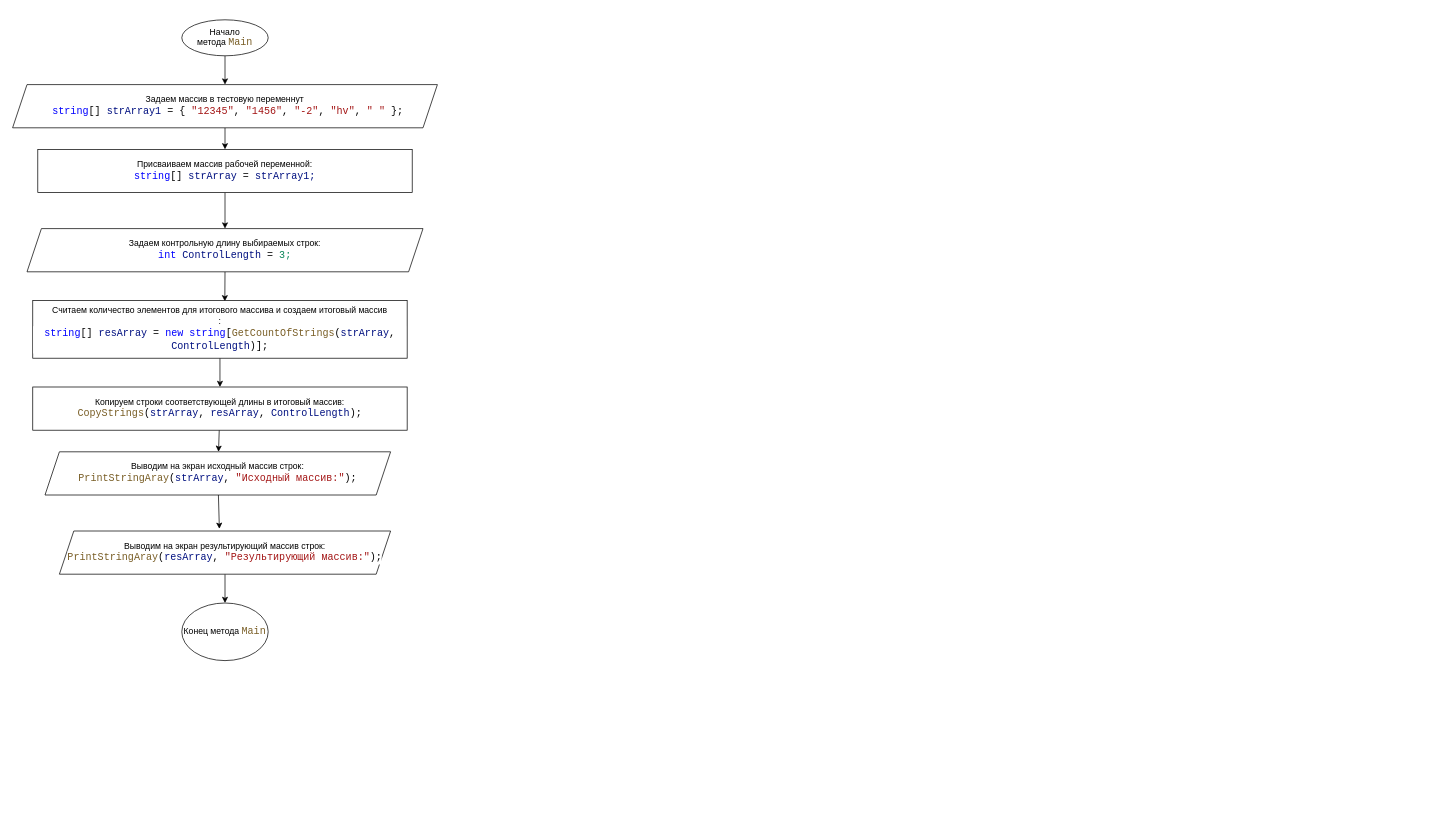
Above: Part1-Exam.drawio in ekaterina-poslavskaya/Part1-Exam (draw.io), before the change. Source tidied: cells renumbered, new cells numbered last; positions are measured from the earlier drawing's top-left corner, leaving out a move shared by most shapes. Both pictures are drawn from the tidied source at 72%, with x=0, y=0 at pixel (12, 19).
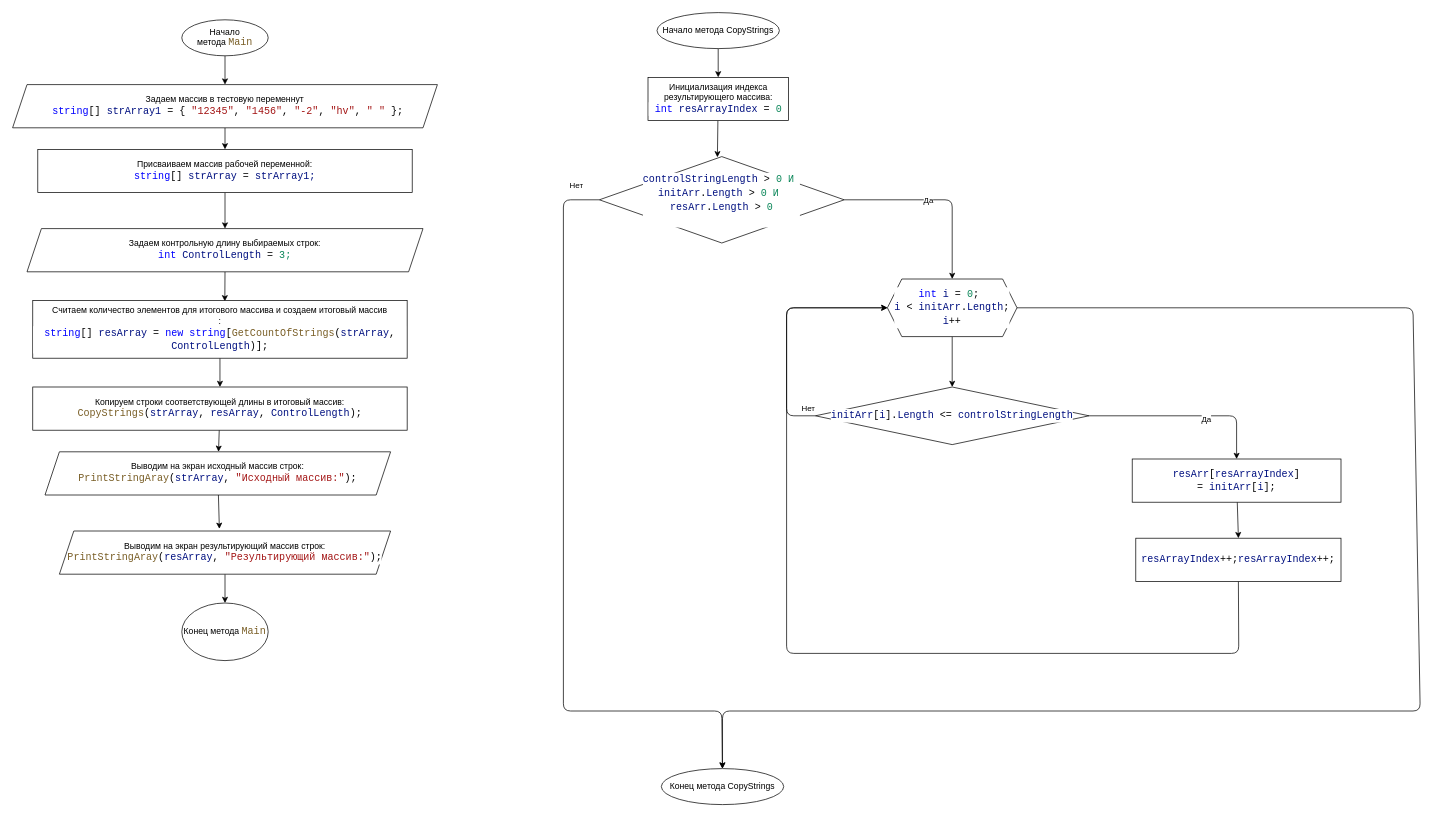
The same page after the edit.

Commit message:
Блок-схема. Добавлен метод Copy-Strings

Diff of the diagram source:
```diff
@@
+    <mxCell id="19" style="edgeStyle=none;html=1;" parent="1" edge="1" source="20" target="22">
+      <mxGeometry relative="1" as="geometry" />
+    </mxCell>
+    <mxCell id="20" value="Начало метода CopyStrings" style="ellipse;whiteSpace=wrap;html=1;" parent="1" vertex="1">
+      <mxGeometry x="895" y="-10" width="170" height="50" as="geometry" />
+    </mxCell>
+    <mxCell id="21" style="edgeStyle=none;html=1;entryX=0.482;entryY=0.008;entryDx=0;entryDy=0;entryPerimeter=0;" parent="1" edge="1" source="22" target="26">
+      <mxGeometry relative="1" as="geometry" />
+    </mxCell>
+    <mxCell id="22" value="Инициализация индекса результирующего массива:&lt;br&gt;&lt;div style=&quot;background-color: rgb(255 , 255 , 255) ; font-family: &amp;#34;consolas&amp;#34; , &amp;#34;courier new&amp;#34; , monospace ; font-size: 14px ; line-height: 19px&quot;&gt;&lt;font color=&quot;#0000ff&quot;&gt;int&amp;nbsp;&lt;/font&gt;&lt;span style=&quot;color: #001080&quot;&gt;resArrayIndex&lt;/span&gt; = &lt;span style=&quot;color: #098658&quot;&gt;0&lt;/span&gt;&lt;/div&gt;" style="rounded=0;whiteSpace=wrap;html=1;" parent="1" vertex="1">
+      <mxGeometry x="882.5" y="80" width="195" height="60" as="geometry" />
+    </mxCell>
+    <mxCell id="23" style="edgeStyle=none;html=1;entryX=0.5;entryY=0;entryDx=0;entryDy=0;exitX=1;exitY=0.5;exitDx=0;exitDy=0;" parent="1" edge="1" source="26" target="29">
+      <mxGeometry relative="1" as="geometry">
+        <Array as="points">
+          <mxPoint x="1305" y="250" />
+        </Array>
+      </mxGeometry>
+    </mxCell>
+    <mxCell id="24" value="Да" style="edgeLabel;html=1;align=center;verticalAlign=middle;" parent="23" vertex="1">
+      <mxGeometry x="-0.11" relative="1" as="geometry" />
+    </mxCell>
+    <mxCell id="25" value="Нет" style="edgeStyle=none;html=1;exitX=0;exitY=0.5;exitDx=0;exitDy=0;" parent="1" edge="1" source="26" target="38">
+      <mxGeometry x="-0.94" y="-20" relative="1" as="geometry">
+        <Array as="points">
+          <mxPoint x="765" y="250" />
+          <mxPoint x="765" y="960" />
+          <mxPoint x="985" y="960" />
+        </Array>
+      </mxGeometry>
+    </mxCell>
+    <mxCell id="26" value="&lt;div style=&quot;background-color: rgb(255 , 255 , 255) ; font-family: &amp;#34;consolas&amp;#34; , &amp;#34;courier new&amp;#34; , monospace ; font-size: 14px ; line-height: 19px&quot;&gt;&lt;span style=&quot;color: #001080&quot;&gt;controlStringLength&lt;/span&gt; &amp;gt; &lt;span style=&quot;color: #098658&quot;&gt;0 И&lt;/span&gt;&amp;nbsp;&lt;/div&gt;&lt;div style=&quot;background-color: rgb(255 , 255 , 255) ; font-family: &amp;#34;consolas&amp;#34; , &amp;#34;courier new&amp;#34; , monospace ; font-size: 14px ; line-height: 19px&quot;&gt;&lt;span style=&quot;color: #001080&quot;&gt;initArr&lt;/span&gt;.&lt;span style=&quot;color: #001080&quot;&gt;Length&lt;/span&gt; &amp;gt; &lt;span style=&quot;color: #098658&quot;&gt;0 И&lt;/span&gt;&amp;nbsp;&lt;/div&gt;&lt;div style=&quot;background-color: rgb(255 , 255 , 255) ; font-family: &amp;#34;consolas&amp;#34; , &amp;#34;courier new&amp;#34; , monospace ; font-size: 14px ; line-height: 19px&quot;&gt;&lt;span style=&quot;color: #001080&quot;&gt;resArr&lt;/span&gt;.&lt;span style=&quot;color: #001080&quot;&gt;Length&lt;/span&gt; &amp;gt; &lt;span style=&quot;color: #098658&quot;&gt;0&lt;/span&gt;&lt;/div&gt;&lt;div style=&quot;background-color: rgb(255 , 255 , 255) ; font-family: &amp;#34;consolas&amp;#34; , &amp;#34;courier new&amp;#34; , monospace ; font-size: 14px ; line-height: 19px&quot;&gt;&lt;br&gt;&lt;/div&gt;" style="rhombus;whiteSpace=wrap;html=1;" parent="1" vertex="1">
+      <mxGeometry x="815" y="190" width="340" height="120" as="geometry" />
+    </mxCell>
+    <mxCell id="27" style="edgeStyle=none;html=1;entryX=0.5;entryY=0;entryDx=0;entryDy=0;" parent="1" edge="1" source="29" target="33">
+      <mxGeometry relative="1" as="geometry" />
+    </mxCell>
+    <mxCell id="28" style="edgeStyle=none;html=1;entryX=0.5;entryY=0;entryDx=0;entryDy=0;exitX=1;exitY=0.5;exitDx=0;exitDy=0;" parent="1" edge="1" source="29" target="38">
+      <mxGeometry relative="1" as="geometry">
+        <Array as="points">
+          <mxPoint x="1945" y="400" />
+          <mxPoint x="1955" y="960" />
+          <mxPoint x="986" y="960" />
+        </Array>
+      </mxGeometry>
+    </mxCell>
+    <mxCell id="29" value="&lt;div style=&quot;background-color: rgb(255 , 255 , 255) ; font-family: &amp;#34;consolas&amp;#34; , &amp;#34;courier new&amp;#34; , monospace ; font-size: 14px ; line-height: 19px&quot;&gt;&lt;span style=&quot;color: #0000ff&quot;&gt;int&lt;/span&gt; &lt;span style=&quot;color: #001080&quot;&gt;i&lt;/span&gt; = &lt;span style=&quot;color: #098658&quot;&gt;0&lt;/span&gt;;&amp;nbsp;&lt;/div&gt;&lt;div style=&quot;background-color: rgb(255 , 255 , 255) ; font-family: &amp;#34;consolas&amp;#34; , &amp;#34;courier new&amp;#34; , monospace ; font-size: 14px ; line-height: 19px&quot;&gt;&lt;span style=&quot;color: #001080&quot;&gt;i&lt;/span&gt; &amp;lt; &lt;span style=&quot;color: #001080&quot;&gt;initArr&lt;/span&gt;.&lt;span style=&quot;color: #001080&quot;&gt;Length&lt;/span&gt;;&lt;/div&gt;&lt;div style=&quot;background-color: rgb(255 , 255 , 255) ; font-family: &amp;#34;consolas&amp;#34; , &amp;#34;courier new&amp;#34; , monospace ; font-size: 14px ; line-height: 19px&quot;&gt;&lt;span style=&quot;color: #001080&quot;&gt;i&lt;/span&gt;++&lt;/div&gt;" style="shape=hexagon;perimeter=hexagonPerimeter2;whiteSpace=wrap;html=1;fixedSize=1;" parent="1" vertex="1">
+      <mxGeometry x="1215" y="360" width="180" height="80" as="geometry" />
+    </mxCell>
+    <mxCell id="30" style="edgeStyle=none;html=1;entryX=0.5;entryY=0;entryDx=0;entryDy=0;exitX=1;exitY=0.5;exitDx=0;exitDy=0;" parent="1" edge="1" source="33" target="37">
+      <mxGeometry relative="1" as="geometry">
+        <Array as="points">
+          <mxPoint x="1700" y="550" />
+        </Array>
+      </mxGeometry>
+    </mxCell>
+    <mxCell id="31" value="Да" style="edgeLabel;html=1;align=center;verticalAlign=middle;" parent="30" vertex="1">
+      <mxGeometry x="0.22" y="-4" relative="1" as="geometry" />
+    </mxCell>
+    <mxCell id="32" value="Нет" style="edgeStyle=none;html=1;exitX=0;exitY=0.5;exitDx=0;exitDy=0;" parent="1" edge="1" source="33">
+      <mxGeometry x="-0.94" y="-10" relative="1" as="geometry">
+        <mxPoint x="1215" y="400" as="targetPoint" />
+        <Array as="points">
+          <mxPoint x="1075" y="550" />
+          <mxPoint x="1075" y="400" />
+        </Array>
+      </mxGeometry>
+    </mxCell>
+    <mxCell id="33" value="&lt;div style=&quot;background-color: rgb(255 , 255 , 255) ; font-family: &amp;#34;consolas&amp;#34; , &amp;#34;courier new&amp;#34; , monospace ; font-size: 14px ; line-height: 19px&quot;&gt;&lt;span style=&quot;color: #001080&quot;&gt;initArr&lt;/span&gt;[&lt;span style=&quot;color: #001080&quot;&gt;i&lt;/span&gt;].&lt;span style=&quot;color: #001080&quot;&gt;Length&lt;/span&gt; &amp;lt;= &lt;span style=&quot;color: #001080&quot;&gt;controlStringLength&lt;/span&gt;&lt;/div&gt;" style="rhombus;whiteSpace=wrap;html=1;" parent="1" vertex="1">
+      <mxGeometry x="1115" y="510" width="380" height="80" as="geometry" />
+    </mxCell>
+    <mxCell id="34" style="edgeStyle=none;html=1;exitX=0.5;exitY=1;exitDx=0;exitDy=0;entryX=0;entryY=0.5;entryDx=0;entryDy=0;" parent="1" edge="1" source="35" target="29">
+      <mxGeometry relative="1" as="geometry">
+        <Array as="points">
+          <mxPoint x="1703" y="880" />
+          <mxPoint x="1075" y="880" />
+          <mxPoint x="1075" y="400" />
+        </Array>
+      </mxGeometry>
+    </mxCell>
+    <mxCell id="35" value="&lt;div style=&quot;background-color: rgb(255 , 255 , 255) ; font-family: &amp;#34;consolas&amp;#34; , &amp;#34;courier new&amp;#34; , monospace ; font-size: 14px ; line-height: 19px&quot;&gt;&lt;span style=&quot;color: #001080&quot;&gt;resArrayIndex&lt;/span&gt;++;&lt;span style=&quot;color: rgb(0 , 16 , 128)&quot;&gt;resArrayIndex&lt;/span&gt;++;&lt;/div&gt;" style="rounded=0;whiteSpace=wrap;html=1;" parent="1" vertex="1">
+      <mxGeometry x="1560" y="720" width="285" height="60" as="geometry" />
+    </mxCell>
+    <mxCell id="36" style="edgeStyle=none;html=1;entryX=0.5;entryY=0;entryDx=0;entryDy=0;" parent="1" edge="1" source="37" target="35">
+      <mxGeometry relative="1" as="geometry" />
+    </mxCell>
+    <mxCell id="37" value="&#10;&#10;&lt;span style=&quot;font-family: consolas, &amp;quot;courier new&amp;quot;, monospace; font-size: 14px; font-style: normal; font-weight: 400; letter-spacing: normal; text-align: center; text-indent: 0px; text-transform: none; word-spacing: 0px; color: rgb(0, 16, 128);&quot;&gt;resArr&lt;/span&gt;&lt;span style=&quot;color: rgb(0, 0, 0); font-family: consolas, &amp;quot;courier new&amp;quot;, monospace; font-size: 14px; font-style: normal; font-weight: 400; letter-spacing: normal; text-align: center; text-indent: 0px; text-transform: none; word-spacing: 0px; background-color: rgb(255, 255, 255); display: inline; float: none;&quot;&gt;[&lt;/span&gt;&lt;span style=&quot;font-family: consolas, &amp;quot;courier new&amp;quot;, monospace; font-size: 14px; font-style: normal; font-weight: 400; letter-spacing: normal; text-align: center; text-indent: 0px; text-transform: none; word-spacing: 0px; color: rgb(0, 16, 128);&quot;&gt;resArrayIndex&lt;/span&gt;&lt;span style=&quot;color: rgb(0, 0, 0); font-family: consolas, &amp;quot;courier new&amp;quot;, monospace; font-size: 14px; font-style: normal; font-weight: 400; letter-spacing: normal; text-align: center; text-indent: 0px; text-transform: none; word-spacing: 0px; background-color: rgb(255, 255, 255); display: inline; float: none;&quot;&gt;] =&lt;span&gt;&amp;nbsp;&lt;/span&gt;&lt;/span&gt;&lt;span style=&quot;font-family: consolas, &amp;quot;courier new&amp;quot;, monospace; font-size: 14px; font-style: normal; font-weight: 400; letter-spacing: normal; text-align: center; text-indent: 0px; text-transform: none; word-spacing: 0px; color: rgb(0, 16, 128);&quot;&gt;initArr&lt;/span&gt;&lt;span style=&quot;color: rgb(0, 0, 0); font-family: consolas, &amp;quot;courier new&amp;quot;, monospace; font-size: 14px; font-style: normal; font-weight: 400; letter-spacing: normal; text-align: center; text-indent: 0px; text-transform: none; word-spacing: 0px; background-color: rgb(255, 255, 255); display: inline; float: none;&quot;&gt;[&lt;/span&gt;&lt;span style=&quot;font-family: consolas, &amp;quot;courier new&amp;quot;, monospace; font-size: 14px; font-style: normal; font-weight: 400; letter-spacing: normal; text-align: center; text-indent: 0px; text-transform: none; word-spacing: 0px; color: rgb(0, 16, 128);&quot;&gt;i&lt;/span&gt;&lt;span style=&quot;color: rgb(0, 0, 0); font-family: consolas, &amp;quot;courier new&amp;quot;, monospace; font-size: 14px; font-style: normal; font-weight: 400; letter-spacing: normal; text-align: center; text-indent: 0px; text-transform: none; word-spacing: 0px; background-color: rgb(255, 255, 255); display: inline; float: none;&quot;&gt;];&lt;/span&gt;&#10;&#10;" style="rounded=0;whiteSpace=wrap;html=1;" parent="1" vertex="1">
+      <mxGeometry x="1555" y="610" width="290" height="60" as="geometry" />
+    </mxCell>
+    <mxCell id="38" value="Конец метода CopyStrings" style="ellipse;whiteSpace=wrap;html=1;" parent="1" vertex="1">
+      <mxGeometry x="901" y="1040" width="170" height="50" as="geometry" />
+    </mxCell>
```
